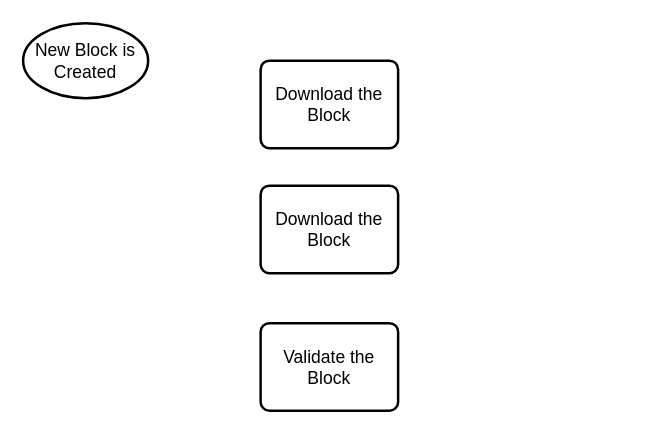
Above: page "Block Stages" (1 of 2) of Block.drawio in Buddhika-Pathirathna/DiagramsRepo (draw.io), before the change. Source tidied: cells renumbered, new cells numbered last; positions are measured from the earlier drawing's top-left corner, leaving out a move shared by most shapes. Both pictures are drawn from the tidied source at 125%, with x=0, y=0 at pixel (22, 22).
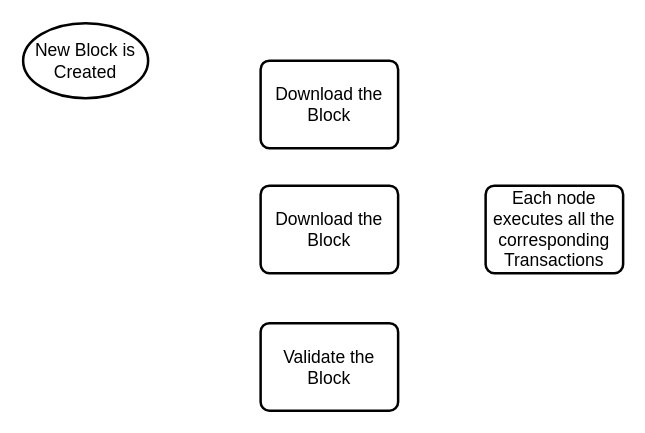
The same diagram, later.

Change to the diagram source:
```diff
@@
 <mxGraphModel>
   <root>
     <mxCell id="0" />
     <mxCell id="1" parent="0" />
     <mxCell id="2" value="&lt;font style=&quot;font-size: 14px;&quot;&gt;New Block is Created&lt;/font&gt;" style="strokeWidth=2;html=1;shape=mxgraph.flowchart.start_1;whiteSpace=wrap;" parent="1" vertex="1">
       <mxGeometry width="100" height="60" as="geometry" />
     </mxCell>
     <mxCell id="3" value="&lt;font style=&quot;font-size: 14px;&quot;&gt;Download the Block&lt;/font&gt;" style="rounded=1;whiteSpace=wrap;html=1;absoluteArcSize=1;arcSize=14;strokeWidth=2;" parent="1" vertex="1">
       <mxGeometry x="190" y="30" width="110" height="70" as="geometry" />
     </mxCell>
     <mxCell id="4" value="&lt;font style=&quot;font-size: 14px;&quot;&gt;Download the Block&lt;/font&gt;" style="rounded=1;whiteSpace=wrap;html=1;absoluteArcSize=1;arcSize=14;strokeWidth=2;" parent="1" vertex="1">
       <mxGeometry x="190" y="130" width="110" height="70" as="geometry" />
     </mxCell>
     <mxCell id="5" value="&lt;font style=&quot;font-size: 14px;&quot;&gt;Validate the Block&lt;/font&gt;" style="rounded=1;whiteSpace=wrap;html=1;absoluteArcSize=1;arcSize=14;strokeWidth=2;" parent="1" vertex="1">
       <mxGeometry x="190" y="240" width="110" height="70" as="geometry" />
     </mxCell>
+    <mxCell id="6" value="&lt;font style=&quot;font-size: 14px;&quot;&gt;Each node executes all the corresponding Transactions&lt;/font&gt;" style="rounded=1;whiteSpace=wrap;html=1;absoluteArcSize=1;arcSize=14;strokeWidth=2;" parent="1" vertex="1">
+      <mxGeometry x="370" y="130" width="110" height="70" as="geometry" />
+    </mxCell>
   </root>
 </mxGraphModel>
```
